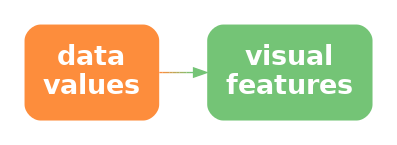
Earlier version of the Graphviz export Diagrams/data-vis.png (pmur002/hdvw). Its source is kept beside it as Diagrams/data-vis.dot.
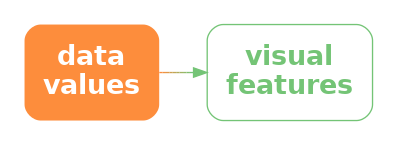
After the commit.

Diff of the diagram source:
```diff
@@ -3,6 +3,6 @@
   node [ fontsize=20; fontname="sans bold"; margin=.2 ];
   data [ label="data\nvalues"; shape=box; style="filled, rounded"; penwidth=0; fontcolor=white; fillcolor="#FD8D3C" ]
   vis [ label="visual\nfeatures"; shape=box;
-     style="filled, rounded"; penwidth=0; fontcolor=white; fillcolor="#74C476" ]
-  data -> vis [ color="#FD8D3C;0.1:#EE9342;0.1:#DF9949;0.1:#CF9F4F;0.1:#C0A556;0.1:#B1AC5C;0.1:#A2B263;0.1:#92B869;0.1:#83BE70;0.1:#74C476;0.1" ]
+     style="rounded"; color="#74C476"; fontcolor="#74C476" ]
+  data -> vis [ style="bold"; penwidth=1; color="#FD8D3C;0.1:#EE9342;0.1:#DF9949;0.1:#CF9F4F;0.1:#C0A556;0.1:#B1AC5C;0.1:#A2B263;0.1:#92B869;0.1:#83BE70;0.1:#74C476;0.1" ]
 }
```
